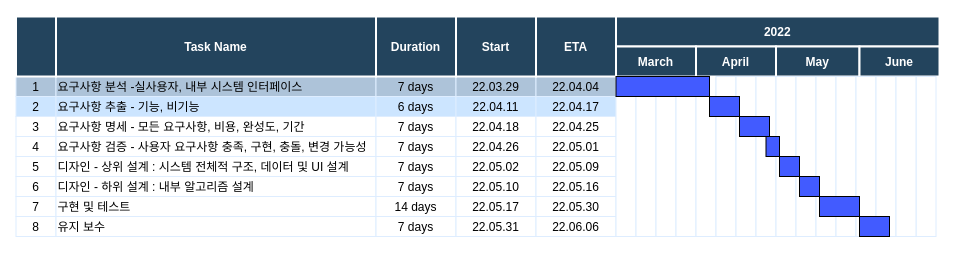
defendersunbin/thinkdsp keeps this draw.io diagram as Gantt Chart.drawio. Above is the earlier version. Source tidied: cells renumbered, new cells numbered last; positions are measured from the earlier drawing's top-left corner, leaving out a move shared by most shapes. Both pictures are drawn from the tidied source at 100%, with x=0, y=0 at pixel (15, 16).
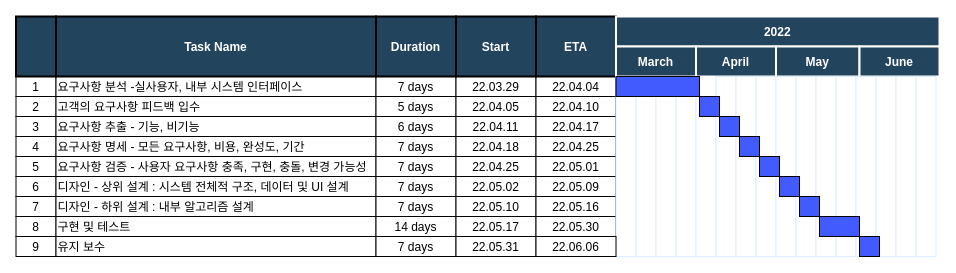
Above is the later version.

What changed in the source:
```diff
@@
-    <mxCell id="2" value="1" style="strokeColor=#DEEDFF;fillColor=#ADC3D9;" parent="1" vertex="1">
+    <mxCell id="2" value="1" style="strokeColor=default;" parent="1" vertex="1">
       <mxGeometry x="0.5" y="60" width="40" height="20" as="geometry" />
     </mxCell>
-    <mxCell id="3" value="요구사항 분석 -실사용자, 내부 시스템 인터페이스" style="align=left;strokeColor=#DEEDFF;fillColor=#ADC3D9;" parent="1" vertex="1">
+    <mxCell id="3" value="요구사항 분석 -실사용자, 내부 시스템 인터페이스" style="align=left;strokeColor=default;" parent="1" vertex="1">
       <mxGeometry x="40.5" y="60" width="320" height="20" as="geometry" />
     </mxCell>
-    <mxCell id="4" value="7 days" style="strokeColor=#DEEDFF;fillColor=#ADC3D9;" parent="1" vertex="1">
+    <mxCell id="4" value="7 days" style="strokeColor=default;" parent="1" vertex="1">
       <mxGeometry x="360.5" y="60" width="80" height="20" as="geometry" />
     </mxCell>
-    <mxCell id="5" value="22.03.29" style="strokeColor=#DEEDFF;fillColor=#ADC3D9;" parent="1" vertex="1">
+    <mxCell id="5" value="22.03.29" style="strokeColor=default;" parent="1" vertex="1">
       <mxGeometry x="440.5" y="60" width="80" height="20" as="geometry" />
     </mxCell>
-    <mxCell id="6" value="22.04.04" style="strokeColor=#DEEDFF;fillColor=#ADC3D9;" parent="1" vertex="1">
+    <mxCell id="6" value="22.04.04" style="strokeColor=default;" parent="1" vertex="1">
       <mxGeometry x="520.5" y="60" width="80" height="20" as="geometry" />
     </mxCell>
-    <mxCell id="7" value="2" style="strokeColor=#DEEDFF;fillColor=#CCE5FF;" parent="1" vertex="1">
+    <mxCell id="7" value="2" style="strokeColor=default;" parent="1" vertex="1">
       <mxGeometry x="0.5" y="80" width="40" height="20" as="geometry" />
     </mxCell>
-    <mxCell id="8" value="요구사항 추출 - 기능, 비기능" style="align=left;strokeColor=#DEEDFF;fillColor=#CCE5FF;" parent="1" vertex="1">
+    <mxCell id="8" value="고객의 요구사항 피드백 입수" style="align=left;strokeColor=default;" parent="1" vertex="1">
       <mxGeometry x="40.5" y="80" width="320" height="20" as="geometry" />
     </mxCell>
-    <mxCell id="9" value="6 days" style="strokeColor=#DEEDFF;fillColor=#CCE5FF;" parent="1" vertex="1">
+    <mxCell id="9" value="5 days" style="strokeColor=default;" parent="1" vertex="1">
       <mxGeometry x="360.5" y="80" width="80" height="20" as="geometry" />
     </mxCell>
-    <mxCell id="10" value="22.04.11" style="strokeColor=#DEEDFF;fillColor=#CCE5FF;" parent="1" vertex="1">
+    <mxCell id="10" value="22.04.05" style="strokeColor=default;" parent="1" vertex="1">
       <mxGeometry x="440.5" y="80" width="80" height="20" as="geometry" />
     </mxCell>
-    <mxCell id="11" value="22.04.17" style="strokeColor=#DEEDFF;fillColor=#CCE5FF;" parent="1" vertex="1">
+    <mxCell id="11" value="22.04.10" style="strokeColor=default;" parent="1" vertex="1">
       <mxGeometry x="520.5" y="80" width="80" height="20" as="geometry" />
     </mxCell>
-    <mxCell id="12" value="3" style="strokeColor=#DEEDFF;" parent="1" vertex="1">
+    <mxCell id="12" value="3" style="strokeColor=default;" parent="1" vertex="1">
       <mxGeometry x="0.5" y="100" width="40" height="20" as="geometry" />
     </mxCell>
-    <mxCell id="13" value="요구사항 명세 - 모든 요구사항, 비용, 완성도, 기간" style="align=left;strokeColor=#DEEDFF;" parent="1" vertex="1">
+    <mxCell id="13" value="요구사항 추출 - 기능, 비기능" style="align=left;strokeColor=default;" parent="1" vertex="1">
       <mxGeometry x="40.5" y="100" width="320" height="20" as="geometry" />
     </mxCell>
-    <mxCell id="14" value="7 days" style="strokeColor=#DEEDFF;" parent="1" vertex="1">
+    <mxCell id="14" value="6 days" style="strokeColor=default;" parent="1" vertex="1">
       <mxGeometry x="360.5" y="100" width="80" height="20" as="geometry" />
     </mxCell>
-    <mxCell id="15" value="22.04.18" style="strokeColor=#DEEDFF;" parent="1" vertex="1">
+    <mxCell id="15" value="22.04.11" style="strokeColor=default;" parent="1" vertex="1">
       <mxGeometry x="440.5" y="100" width="80" height="20" as="geometry" />
     </mxCell>
-    <mxCell id="16" value="22.04.25" style="strokeColor=#DEEDFF;" parent="1" vertex="1">
+    <mxCell id="16" value="22.04.17" style="strokeColor=default;" parent="1" vertex="1">
       <mxGeometry x="520.5" y="100" width="80" height="20" as="geometry" />
     </mxCell>
-    <mxCell id="17" value="4" style="strokeColor=#DEEDFF;" parent="1" vertex="1">
+    <mxCell id="17" value="4" style="strokeColor=default;" parent="1" vertex="1">
       <mxGeometry x="0.5" y="120" width="40" height="20" as="geometry" />
     </mxCell>
-    <mxCell id="18" value="요구사항 검증 - 사용자 요구사항 충족, 구현, 충돌, 변경 가능성" style="align=left;strokeColor=#DEEDFF;" parent="1" vertex="1">
+    <mxCell id="18" value="요구사항 명세 - 모든 요구사항, 비용, 완성도, 기간" style="align=left;strokeColor=default;" parent="1" vertex="1">
       <mxGeometry x="40.5" y="120" width="320" height="20" as="geometry" />
     </mxCell>
-    <mxCell id="19" value="7 days" style="strokeColor=#DEEDFF;" parent="1" vertex="1">
+    <mxCell id="19" value="7 days" style="strokeColor=default;" parent="1" vertex="1">
       <mxGeometry x="360.5" y="120" width="80" height="20" as="geometry" />
     </mxCell>
-    <mxCell id="20" value="22.04.26" style="strokeColor=#DEEDFF;" parent="1" vertex="1">
+    <mxCell id="20" value="22.04.18" style="strokeColor=default;" parent="1" vertex="1">
       <mxGeometry x="440.5" y="120" width="80" height="20" as="geometry" />
     </mxCell>
-    <mxCell id="21" value="22.05.01" style="strokeColor=#DEEDFF;" parent="1" vertex="1">
+    <mxCell id="21" value="22.04.25" style="strokeColor=default;" parent="1" vertex="1">
       <mxGeometry x="520.5" y="120" width="80" height="20" as="geometry" />
     </mxCell>
-    <mxCell id="22" value="5" style="strokeColor=#DEEDFF;" parent="1" vertex="1">
+    <mxCell id="22" value="5" style="strokeColor=default;" parent="1" vertex="1">
       <mxGeometry x="0.5" y="140" width="40" height="20" as="geometry" />
     </mxCell>
-    <mxCell id="23" value="디자인 - 상위 설계 : 시스템 전체적 구조, 데이터 및 UI 설계" style="align=left;strokeColor=#DEEDFF;" parent="1" vertex="1">
+    <mxCell id="23" value="요구사항 검증 - 사용자 요구사항 충족, 구현, 충돌, 변경 가능성" style="align=left;strokeColor=default;" parent="1" vertex="1">
       <mxGeometry x="40.5" y="140" width="320" height="20" as="geometry" />
     </mxCell>
-    <mxCell id="24" value="7 days" style="strokeColor=#DEEDFF;" parent="1" vertex="1">
+    <mxCell id="24" value="7 days" style="strokeColor=default;" parent="1" vertex="1">
       <mxGeometry x="360.5" y="140" width="80" height="20" as="geometry" />
     </mxCell>
-    <mxCell id="25" value="22.05.02" style="strokeColor=#DEEDFF;" parent="1" vertex="1">
+    <mxCell id="25" value="22.04.25" style="strokeColor=default;" parent="1" vertex="1">
       <mxGeometry x="440.5" y="140" width="80" height="20" as="geometry" />
     </mxCell>
-    <mxCell id="26" value="22.05.09" style="strokeColor=#DEEDFF;" parent="1" vertex="1">
+    <mxCell id="26" value="22.05.01" style="strokeColor=default;" parent="1" vertex="1">
       <mxGeometry x="520.5" y="140" width="80" height="20" as="geometry" />
     </mxCell>
-    <mxCell id="27" value="6" style="strokeColor=#DEEDFF;" parent="1" vertex="1">
+    <mxCell id="27" value="6" style="strokeColor=default;" parent="1" vertex="1">
       <mxGeometry x="0.5" y="160" width="40" height="20" as="geometry" />
     </mxCell>
-    <mxCell id="28" value="디자인 - 하위 설계 : 내부 알고리즘 설계" style="align=left;strokeColor=#DEEDFF;" parent="1" vertex="1">
+    <mxCell id="28" value="디자인 - 상위 설계 : 시스템 전체적 구조, 데이터 및 UI 설계" style="align=left;strokeColor=default;" parent="1" vertex="1">
       <mxGeometry x="40.5" y="160" width="320" height="20" as="geometry" />
     </mxCell>
-    <mxCell id="29" value="7 days" style="strokeColor=#DEEDFF;" parent="1" vertex="1">
+    <mxCell id="29" value="7 days" style="strokeColor=default;" parent="1" vertex="1">
       <mxGeometry x="360.5" y="160" width="80" height="20" as="geometry" />
     </mxCell>
-    <mxCell id="30" value="22.05.10" style="strokeColor=#DEEDFF;" parent="1" vertex="1">
+    <mxCell id="30" value="22.05.02" style="strokeColor=default;" parent="1" vertex="1">
       <mxGeometry x="440.5" y="160" width="80" height="20" as="geometry" />
     </mxCell>
-    <mxCell id="31" value="22.05.16" style="strokeColor=#DEEDFF;" parent="1" vertex="1">
+    <mxCell id="31" value="22.05.09" style="strokeColor=default;" parent="1" vertex="1">
       <mxGeometry x="520.5" y="160" width="80" height="20" as="geometry" />
     </mxCell>
-    <mxCell id="32" value="7" style="strokeColor=#DEEDFF;" parent="1" vertex="1">
+    <mxCell id="32" value="7" style="strokeColor=default;" parent="1" vertex="1">
       <mxGeometry x="0.5" y="180" width="40" height="20" as="geometry" />
     </mxCell>
-    <mxCell id="33" value="구현 및 테스트" style="align=left;strokeColor=#DEEDFF;" parent="1" vertex="1">
+    <mxCell id="33" value="디자인 - 하위 설계 : 내부 알고리즘 설계" style="align=left;strokeColor=default;" parent="1" vertex="1">
       <mxGeometry x="40.5" y="180" width="320" height="20" as="geometry" />
     </mxCell>
-    <mxCell id="34" value="14 days" style="strokeColor=#DEEDFF;" parent="1" vertex="1">
+    <mxCell id="34" value="7 days" style="strokeColor=default;" parent="1" vertex="1">
       <mxGeometry x="360.5" y="180" width="80" height="20" as="geometry" />
     </mxCell>
-    <mxCell id="35" value="22.05.17" style="strokeColor=#DEEDFF;" parent="1" vertex="1">
+    <mxCell id="35" value="22.05.10" style="strokeColor=default;" parent="1" vertex="1">
       <mxGeometry x="440.5" y="180" width="80" height="20" as="geometry" />
     </mxCell>
-    <mxCell id="36" value="22.05.30" style="strokeColor=#DEEDFF;" parent="1" vertex="1">
+    <mxCell id="36" value="22.05.16" style="strokeColor=default;" parent="1" vertex="1">
       <mxGeometry x="520.5" y="180" width="80" height="20" as="geometry" />
     </mxCell>
-    <mxCell id="37" value="8" style="strokeColor=#DEEDFF;" parent="1" vertex="1">
+    <mxCell id="37" value="8" style="strokeColor=default;" parent="1" vertex="1">
       <mxGeometry x="0.5" y="200" width="40" height="20" as="geometry" />
     </mxCell>
-    <mxCell id="38" value="유지 보수" style="align=left;strokeColor=#DEEDFF;" parent="1" vertex="1">
+    <mxCell id="38" value="구현 및 테스트" style="align=left;strokeColor=default;" parent="1" vertex="1">
       <mxGeometry x="40.5" y="200" width="320" height="20" as="geometry" />
     </mxCell>
-    <mxCell id="39" value="7 days" style="strokeColor=#DEEDFF;" parent="1" vertex="1">
+    <mxCell id="39" value="14 days" style="strokeColor=default;" parent="1" vertex="1">
       <mxGeometry x="360.5" y="200" width="80" height="20" as="geometry" />
     </mxCell>
-    <mxCell id="40" value="22.05.31" style="strokeColor=#DEEDFF;" parent="1" vertex="1">
+    <mxCell id="40" value="22.05.17" style="strokeColor=default;" parent="1" vertex="1">
       <mxGeometry x="440.5" y="200" width="80" height="20" as="geometry" />
     </mxCell>
-    <mxCell id="41" value="22.06.06" style="strokeColor=#DEEDFF;" parent="1" vertex="1">
+    <mxCell id="41" value="22.05.30" style="strokeColor=default;" parent="1" vertex="1">
       <mxGeometry x="520.5" y="200" width="80" height="20" as="geometry" />
     </mxCell>
-    <mxCell id="42" value="Task Name" style="fillColor=#23445D;strokeColor=#FFFFFF;strokeWidth=2;fontColor=#FFFFFF;fontStyle=1;" parent="1" vertex="1">
+    <mxCell id="42" value="Task Name" style="fillColor=#23445D;strokeColor=default;strokeWidth=2;fontColor=#FFFFFF;fontStyle=1;" parent="1" vertex="1">
       <mxGeometry x="40.5" width="320" height="60" as="geometry" />
     </mxCell>
-    <mxCell id="43" style="fillColor=#23445D;strokeColor=#FFFFFF;strokeWidth=2;fontColor=#FFFFFF;fontStyle=1;" parent="1" vertex="1">
+    <mxCell id="43" style="fillColor=#23445D;strokeColor=default;strokeWidth=2;fontColor=#FFFFFF;fontStyle=1;" parent="1" vertex="1">
       <mxGeometry x="0.5" width="40" height="60" as="geometry" />
     </mxCell>
-    <mxCell id="44" value="Duration" style="fillColor=#23445D;strokeColor=#FFFFFF;strokeWidth=2;fontColor=#FFFFFF;fontStyle=1;" parent="1" vertex="1">
+    <mxCell id="44" value="Duration" style="fillColor=#23445D;strokeColor=default;strokeWidth=2;fontColor=#FFFFFF;fontStyle=1;" parent="1" vertex="1">
       <mxGeometry x="360.5" width="80" height="60" as="geometry" />
     </mxCell>
-    <mxCell id="45" value="Start" style="fillColor=#23445D;strokeColor=#FFFFFF;strokeWidth=2;fontColor=#FFFFFF;fontStyle=1;" parent="1" vertex="1">
+    <mxCell id="45" value="Start" style="fillColor=#23445D;strokeColor=default;strokeWidth=2;fontColor=#FFFFFF;fontStyle=1;" parent="1" vertex="1">
       <mxGeometry x="440.5" width="80" height="60" as="geometry" />
     </mxCell>
-    <mxCell id="46" value="ETA" style="fillColor=#23445D;strokeColor=#FFFFFF;strokeWidth=2;fontColor=#FFFFFF;fontStyle=1;" parent="1" vertex="1">
+    <mxCell id="46" value="ETA" style="fillColor=#23445D;strokeColor=default;strokeWidth=2;fontColor=#FFFFFF;fontStyle=1;" parent="1" vertex="1">
       <mxGeometry x="520.5" width="80" height="60" as="geometry" />
     </mxCell>
     <mxCell id="47" style="strokeColor=#DEEDFF;" parent="1" vertex="1">
-      <mxGeometry x="600.5" y="60" width="20" height="160" as="geometry" />
+      <mxGeometry x="600.5" y="60" width="20" height="180" as="geometry" />
     </mxCell>
     <mxCell id="48" style="strokeColor=#DEEDFF;" parent="1" vertex="1">
-      <mxGeometry x="620.5" y="60" width="20" height="160" as="geometry" />
+      <mxGeometry x="620.5" y="60" width="20" height="180" as="geometry" />
     </mxCell>
     <mxCell id="49" style="strokeColor=#DEEDFF;" parent="1" vertex="1">
-      <mxGeometry x="640.5" y="60" width="20" height="160" as="geometry" />
+      <mxGeometry x="640.5" y="60" width="20" height="180" as="geometry" />
     </mxCell>
     <mxCell id="50" style="strokeColor=#DEEDFF;" parent="1" vertex="1">
-      <mxGeometry x="660.5" y="60" width="20" height="160" as="geometry" />
+      <mxGeometry x="660.5" y="60" width="20" height="180" as="geometry" />
     </mxCell>
     <mxCell id="51" style="strokeColor=#DEEDFF;" parent="1" vertex="1">
-      <mxGeometry x="680.5" y="60" width="20" height="160" as="geometry" />
+      <mxGeometry x="680.5" y="60" width="20" height="180" as="geometry" />
     </mxCell>
@@
     <mxCell id="57" style="strokeColor=#DEEDFF;" parent="1" vertex="1">
-      <mxGeometry x="900.5" y="60" width="20" height="160" as="geometry" />
+      <mxGeometry x="900.5" y="60" width="20" height="180" as="geometry" />
     </mxCell>
     <mxCell id="58" style="strokeColor=#DEEDFF;" parent="1" vertex="1">
-      <mxGeometry x="700.5" y="60" width="20" height="160" as="geometry" />
+      <mxGeometry x="700.5" y="60" width="20" height="180" as="geometry" />
     </mxCell>
     <mxCell id="59" style="strokeColor=#DEEDFF;" parent="1" vertex="1">
-      <mxGeometry x="720.5" y="60" width="20" height="160" as="geometry" />
+      <mxGeometry x="720.5" y="60" width="20" height="180" as="geometry" />
     </mxCell>
     <mxCell id="60" style="strokeColor=#DEEDFF;" parent="1" vertex="1">
-      <mxGeometry x="740.5" y="60" width="20" height="160" as="geometry" />
+      <mxGeometry x="740.5" y="60" width="20" height="180" as="geometry" />
     </mxCell>
     <mxCell id="61" style="strokeColor=#DEEDFF;" parent="1" vertex="1">
-      <mxGeometry x="760.5" y="60" width="20" height="160" as="geometry" />
+      <mxGeometry x="760.5" y="60" width="20" height="180" as="geometry" />
     </mxCell>
     <mxCell id="62" style="strokeColor=#DEEDFF;" parent="1" vertex="1">
-      <mxGeometry x="780.5" y="60" width="20" height="160" as="geometry" />
+      <mxGeometry x="780.5" y="60" width="20" height="180" as="geometry" />
     </mxCell>
     <mxCell id="63" style="strokeColor=#DEEDFF;" parent="1" vertex="1">
-      <mxGeometry x="800.5" y="60" width="20" height="160" as="geometry" />
+      <mxGeometry x="800.5" y="60" width="20" height="180" as="geometry" />
     </mxCell>
     <mxCell id="64" style="strokeColor=#DEEDFF;" parent="1" vertex="1">
-      <mxGeometry x="820.5" y="60" width="20" height="160" as="geometry" />
+      <mxGeometry x="820.5" y="60" width="20" height="180" as="geometry" />
     </mxCell>
     <mxCell id="65" style="strokeColor=#DEEDFF;" parent="1" vertex="1">
-      <mxGeometry x="840.5" y="60" width="20" height="160" as="geometry" />
+      <mxGeometry x="840.5" y="60" width="20" height="180" as="geometry" />
     </mxCell>
     <mxCell id="66" style="strokeColor=#DEEDFF;" parent="1" vertex="1">
-      <mxGeometry x="860.5" y="60" width="20" height="160" as="geometry" />
+      <mxGeometry x="860.5" y="60" width="20" height="180" as="geometry" />
     </mxCell>
     <mxCell id="67" style="strokeColor=#DEEDFF;" parent="1" vertex="1">
-      <mxGeometry x="880.5" y="60" width="20" height="160" as="geometry" />
+      <mxGeometry x="880.5" y="60" width="20" height="180" as="geometry" />
     </mxCell>
     <mxCell id="68" style="rounded=0;whiteSpace=wrap;html=1;labelBackgroundColor=none;fillColor=#425BFF;" parent="1" vertex="1">
-      <mxGeometry x="600.5" y="60" width="93.5" height="20" as="geometry" />
+      <mxGeometry x="600.5" y="60" width="83.5" height="20" as="geometry" />
     </mxCell>
-    <mxCell id="69" style="rounded=0;whiteSpace=wrap;html=1;labelBackgroundColor=none;fillColor=#425BFF;" parent="1" vertex="1">
-      <mxGeometry x="694" y="80" width="30" height="20" as="geometry" />
-    </mxCell>
     <mxCell id="70" style="rounded=0;whiteSpace=wrap;html=1;labelBackgroundColor=none;fillColor=#425BFF;" parent="1" vertex="1">
-      <mxGeometry x="724" y="100" width="30" height="20" as="geometry" />
+      <mxGeometry x="684" y="80" width="20" height="20" as="geometry" />
     </mxCell>
-    <mxCell id="71" style="rounded=0;whiteSpace=wrap;html=1;labelBackgroundColor=none;fillColor=#425BFF;" parent="1" vertex="1">
-      <mxGeometry x="750.5" y="120" width="13.5" height="20" as="geometry" />
-    </mxCell>
-    <mxCell id="72" style="rounded=0;whiteSpace=wrap;html=1;labelBackgroundColor=none;fillColor=#425BFF;" parent="1" vertex="1">
-      <mxGeometry x="764" y="140" width="20" height="20" as="geometry" />
-    </mxCell>
-    <mxCell id="73" style="rounded=0;whiteSpace=wrap;html=1;labelBackgroundColor=none;fillColor=#425BFF;" parent="1" vertex="1">
-      <mxGeometry x="784" y="160" width="20" height="20" as="geometry" />
-    </mxCell>
-    <mxCell id="74" style="rounded=0;whiteSpace=wrap;html=1;labelBackgroundColor=none;fillColor=#425BFF;" parent="1" vertex="1">
-      <mxGeometry x="804" y="180" width="40" height="20" as="geometry" />
-    </mxCell>
-    <mxCell id="75" style="rounded=0;whiteSpace=wrap;html=1;labelBackgroundColor=none;fillColor=#425BFF;" parent="1" vertex="1">
-      <mxGeometry x="844" y="200" width="30" height="20" as="geometry" />
-    </mxCell>
+    <mxCell id="76" value="9" style="strokeColor=default;" parent="1" vertex="1">
+      <mxGeometry x="0.5" y="220" width="40" height="20" as="geometry" />
+    </mxCell>
+    <mxCell id="77" value="유지 보수" style="align=left;strokeColor=default;" parent="1" vertex="1">
+      <mxGeometry x="40.5" y="220" width="320" height="20" as="geometry" />
+    </mxCell>
+    <mxCell id="78" value="7 days" style="strokeColor=default;" parent="1" vertex="1">
+      <mxGeometry x="360.5" y="220" width="80" height="20" as="geometry" />
+    </mxCell>
+    <mxCell id="79" value="22.05.31" style="strokeColor=default;" parent="1" vertex="1">
+      <mxGeometry x="440.5" y="220" width="80" height="20" as="geometry" />
+    </mxCell>
+    <mxCell id="80" value="22.06.06" style="strokeColor=default;" parent="1" vertex="1">
+      <mxGeometry x="520.5" y="220" width="80" height="20" as="geometry" />
+    </mxCell>
+    <mxCell id="81" style="rounded=0;whiteSpace=wrap;html=1;labelBackgroundColor=none;fillColor=#425BFF;" parent="1" vertex="1">
+      <mxGeometry x="704" y="100" width="20" height="20" as="geometry" />
+    </mxCell>
+    <mxCell id="82" style="rounded=0;whiteSpace=wrap;html=1;labelBackgroundColor=none;fillColor=#425BFF;" parent="1" vertex="1">
+      <mxGeometry x="724" y="120" width="20" height="20" as="geometry" />
+    </mxCell>
+    <mxCell id="83" style="rounded=0;whiteSpace=wrap;html=1;labelBackgroundColor=none;fillColor=#425BFF;" parent="1" vertex="1">
+      <mxGeometry x="744" y="140" width="20" height="20" as="geometry" />
+    </mxCell>
+    <mxCell id="84" style="rounded=0;whiteSpace=wrap;html=1;labelBackgroundColor=none;fillColor=#425BFF;" parent="1" vertex="1">
+      <mxGeometry x="764" y="160" width="20" height="20" as="geometry" />
+    </mxCell>
+    <mxCell id="85" style="rounded=0;whiteSpace=wrap;html=1;labelBackgroundColor=none;fillColor=#425BFF;" parent="1" vertex="1">
+      <mxGeometry x="784" y="180" width="20" height="20" as="geometry" />
+    </mxCell>
+    <mxCell id="86" style="rounded=0;whiteSpace=wrap;html=1;labelBackgroundColor=none;fillColor=#425BFF;" parent="1" vertex="1">
+      <mxGeometry x="804" y="200" width="40" height="20" as="geometry" />
+    </mxCell>
+    <mxCell id="87" style="rounded=0;whiteSpace=wrap;html=1;labelBackgroundColor=none;fillColor=#425BFF;" parent="1" vertex="1">
+      <mxGeometry x="844" y="220" width="20" height="20" as="geometry" />
+    </mxCell>
```
